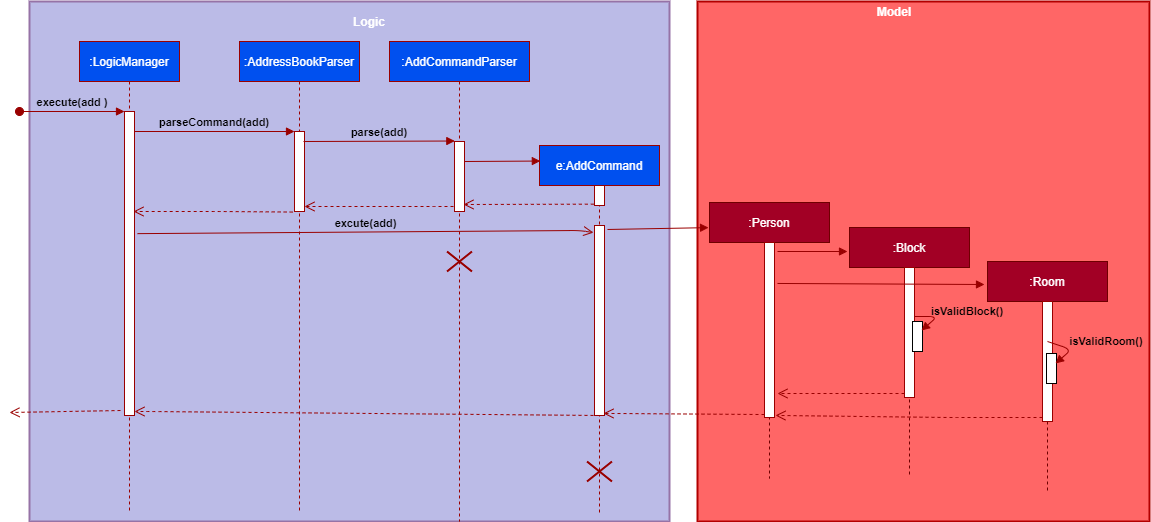
Above: docs/images/BlockRoomValidationDiagram.png in yanchenglee98/tp (draw.io), before the change. Source tidied: cells renumbered, new cells last; positions are measured from the earlier drawing's top-left corner, leaving out a move shared by most shapes.
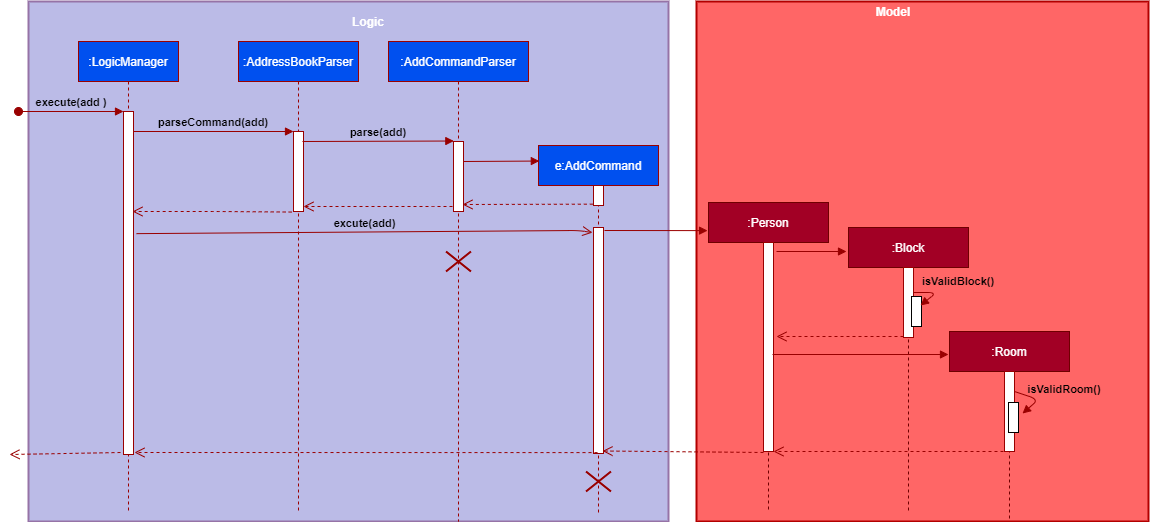
Above is the later version.

Commit message:
Fix block room validation diagram in DG

Change to the diagram source:
```diff
@@ -9,7 +9,7 @@
       <mxGeometry x="70" y="40" width="100" height="470" as="geometry" />
     </mxCell>
     <mxCell id="4" style="points=[];perimeter=orthogonalPerimeter;rounded=0;shadow=0;strokeWidth=1;strokeColor=#990000;" parent="3" vertex="1">
-      <mxGeometry x="45" y="70" width="10" height="304" as="geometry" />
+      <mxGeometry x="45" y="70" width="10" height="343" as="geometry" />
     </mxCell>
     <mxCell id="5" value="execute(add )" style="verticalAlign=bottom;startArrow=oval;endArrow=block;startSize=8;shadow=0;strokeWidth=1;labelBackgroundColor=none;strokeColor=#990000;rounded=0;fontStyle=1;" parent="3" edge="1" target="4">
       <mxGeometry relative="1" as="geometry">
@@ -32,10 +32,10 @@
       <mxGeometry x="55" y="40" width="10" height="20" as="geometry" />
     </mxCell>
     <mxCell id="11" style="points=[];perimeter=orthogonalPerimeter;rounded=0;shadow=0;strokeWidth=1;strokeColor=#990000;" parent="9" vertex="1">
-      <mxGeometry x="55" y="80" width="10" height="190" as="geometry" />
+      <mxGeometry x="55" y="82" width="10" height="226" as="geometry" />
     </mxCell>
     <mxCell id="12" style="shape=umlDestroy;whiteSpace=wrap;html=1;strokeWidth=2;labelBackgroundColor=none;fontColor=#990000;strokeColor=#990000;" parent="9" vertex="1">
-      <mxGeometry x="47.5" y="316" width="25" height="20" as="geometry" />
+      <mxGeometry x="47.5" y="326" width="25" height="20" as="geometry" />
     </mxCell>
     <mxCell id="13" style="html=1;verticalAlign=bottom;endArrow=open;dashed=1;endSize=8;labelBackgroundColor=none;exitX=-0.083;exitY=1.005;exitDx=0;exitDy=0;exitPerimeter=0;strokeColor=#990000;" parent="1" edge="1">
       <mxGeometry relative="1" as="geometry">
@@ -80,17 +80,10 @@
         </Array>
       </mxGeometry>
     </mxCell>
-    <mxCell id="21" style="html=1;verticalAlign=bottom;endArrow=open;dashed=1;endSize=8;labelBackgroundColor=none;fontColor=#000000;exitX=0.5;exitY=1;exitDx=0;exitDy=0;exitPerimeter=0;strokeColor=#990000;" parent="1" edge="1" source="11" target="4">
-      <mxGeometry relative="1" as="geometry">
-        <Array as="points">
-          <mxPoint x="140" y="410" />
-        </Array>
-      </mxGeometry>
-    </mxCell>
     <mxCell id="22" style="html=1;verticalAlign=bottom;endArrow=open;dashed=1;endSize=8;labelBackgroundColor=none;fontColor=#000000;exitX=-0.4;exitY=0.971;exitDx=0;exitDy=0;exitPerimeter=0;strokeColor=#990000;" parent="1" edge="1">
       <mxGeometry relative="1" as="geometry">
-        <mxPoint x="111" y="409" as="sourcePoint" />
-        <mxPoint y="411" as="targetPoint" />
+        <mxPoint x="112" y="451" as="sourcePoint" />
+        <mxPoint x="1" y="453" as="targetPoint" />
       </mxGeometry>
     </mxCell>
     <mxCell id="23" value="&lt;font color=&quot;#ffffff&quot;&gt;&lt;b&gt;Logic&lt;/b&gt;&lt;/font&gt;" style="text;html=1;strokeColor=none;fillColor=none;align=center;verticalAlign=middle;whiteSpace=wrap;rounded=0;labelBackgroundColor=none;fontColor=#000000;" parent="1" vertex="1">
@@ -100,28 +93,28 @@
       <mxGeometry x="688" width="452" height="520" as="geometry" />
     </mxCell>
     <mxCell id="25" value=":Person" style="shape=umlLifeline;perimeter=lifelinePerimeter;rounded=0;shadow=0;strokeWidth=1;fillColor=#a20025;fontColor=#ffffff;strokeColor=#6F0000;" parent="1" vertex="1">
-      <mxGeometry x="700" y="201" width="120" height="276" as="geometry" />
+      <mxGeometry x="700" y="201" width="120" height="309" as="geometry" />
     </mxCell>
     <mxCell id="26" style="points=[];perimeter=orthogonalPerimeter;rounded=0;shadow=0;strokeWidth=1;strokeColor=#990000;" parent="25" vertex="1">
-      <mxGeometry x="55" y="40" width="10" height="175" as="geometry" />
+      <mxGeometry x="55" y="40" width="10" height="209" as="geometry" />
     </mxCell>
     <mxCell id="27" value="&lt;font color=&quot;#ffffff&quot;&gt;&lt;b&gt;Model&lt;/b&gt;&lt;/font&gt;" style="text;html=1;strokeColor=none;fillColor=none;align=center;verticalAlign=middle;whiteSpace=wrap;rounded=0;labelBackgroundColor=none;fontColor=#000000;" parent="1" vertex="1">
       <mxGeometry x="865" width="40" height="20" as="geometry" />
     </mxCell>
     <mxCell id="28" value=":Block" style="shape=umlLifeline;perimeter=lifelinePerimeter;rounded=0;shadow=0;strokeWidth=1;fillColor=#a20025;fontColor=#ffffff;strokeColor=#6F0000;" parent="1" vertex="1">
-      <mxGeometry x="840" y="226" width="120" height="250" as="geometry" />
+      <mxGeometry x="840" y="226" width="120" height="284" as="geometry" />
     </mxCell>
     <mxCell id="29" style="points=[];perimeter=orthogonalPerimeter;rounded=0;shadow=0;strokeWidth=1;strokeColor=#990000;" parent="28" vertex="1">
-      <mxGeometry x="55" y="40" width="10" height="130" as="geometry" />
+      <mxGeometry x="55" y="40" width="10" height="70" as="geometry" />
     </mxCell>
     <mxCell id="30" value=":Room" style="shape=umlLifeline;perimeter=lifelinePerimeter;rounded=0;shadow=0;strokeWidth=1;fillColor=#a20025;fontColor=#ffffff;strokeColor=#6F0000;" parent="1" vertex="1">
-      <mxGeometry x="978" y="260" width="120" height="230" as="geometry" />
+      <mxGeometry x="941" y="330" width="120" height="190" as="geometry" />
     </mxCell>
     <mxCell id="31" style="perimeter=orthogonalPerimeter;rounded=0;shadow=0;strokeWidth=1;strokeColor=#990000;" parent="30" vertex="1">
-      <mxGeometry x="55" y="40" width="10" height="120" as="geometry" />
+      <mxGeometry x="55" y="40" width="10" height="80" as="geometry" />
     </mxCell>
     <mxCell id="32" style="html=1;perimeter=orthogonalPerimeter;" parent="30" vertex="1">
-      <mxGeometry x="59" y="92" width="10" height="30" as="geometry" />
+      <mxGeometry x="59" y="71" width="10" height="30" as="geometry" />
     </mxCell>
     <mxCell id="33" style="html=1;verticalAlign=bottom;endArrow=block;labelBackgroundColor=none;strokeColor=#990000;" parent="1" edge="1">
       <mxGeometry relative="1" as="geometry">
@@ -129,53 +122,48 @@
         <mxPoint x="838" y="250" as="targetPoint" />
       </mxGeometry>
     </mxCell>
-    <mxCell id="34" style="html=1;verticalAlign=bottom;endArrow=block;labelBackgroundColor=none;strokeColor=#990000;exitX=1.3;exitY=0.054;exitDx=0;exitDy=0;exitPerimeter=0;entryX=-0.025;entryY=0.1;entryDx=0;entryDy=0;entryPerimeter=0;" parent="1" edge="1" target="30">
+    <mxCell id="34" style="html=1;verticalAlign=bottom;endArrow=block;labelBackgroundColor=none;strokeColor=#990000;" parent="1" edge="1">
       <mxGeometry relative="1" as="geometry">
-        <mxPoint x="768" y="282" as="sourcePoint" />
+        <mxPoint x="764" y="353" as="sourcePoint" />
+        <mxPoint x="940" y="353" as="targetPoint" />
       </mxGeometry>
     </mxCell>
     <mxCell id="35" style="html=1;points=[];perimeter=orthogonalPerimeter;" parent="1" vertex="1">
-      <mxGeometry x="903" y="320" width="10" height="30" as="geometry" />
+      <mxGeometry x="903" y="295" width="10" height="30" as="geometry" />
     </mxCell>
-    <mxCell id="36" style="html=1;verticalAlign=bottom;endArrow=block;labelBackgroundColor=none;strokeColor=#990000;entryX=0.9;entryY=0.3;entryDx=0;entryDy=0;entryPerimeter=0;" parent="1" edge="1" source="29" target="35">
+    <mxCell id="36" style="html=1;verticalAlign=bottom;endArrow=block;labelBackgroundColor=none;strokeColor=#990000;entryX=0.9;entryY=0.3;entryDx=0;entryDy=0;entryPerimeter=0;" parent="1" edge="1" target="35">
       <mxGeometry relative="1" as="geometry">
+        <mxPoint x="905" y="291" as="sourcePoint" />
         <Array as="points">
-          <mxPoint x="928" y="315" />
+          <mxPoint x="928" y="291" />
         </Array>
       </mxGeometry>
     </mxCell>
     <mxCell id="37" style="html=1;verticalAlign=bottom;endArrow=block;labelBackgroundColor=none;strokeColor=#990000;entryX=0.9;entryY=0.3;entryDx=0;entryDy=0;entryPerimeter=0;" parent="1" edge="1">
       <mxGeometry relative="1" as="geometry">
-        <mxPoint x="1038" y="340" as="sourcePoint" />
-        <mxPoint x="1046" y="362" as="targetPoint" />
+        <mxPoint x="1006" y="390" as="sourcePoint" />
+        <mxPoint x="1014" y="412" as="targetPoint" />
         <Array as="points">
-          <mxPoint x="1062" y="348" />
+          <mxPoint x="1030" y="398" />
         </Array>
       </mxGeometry>
     </mxCell>
     <mxCell id="38" value="isValidBlock()" style="text;html=1;strokeColor=none;fillColor=none;align=center;verticalAlign=middle;whiteSpace=wrap;rounded=0;fontSize=11;fontStyle=1;" parent="1" vertex="1">
-      <mxGeometry x="938" y="300" width="40" height="20" as="geometry" />
+      <mxGeometry x="930" y="270" width="40" height="20" as="geometry" />
     </mxCell>
     <mxCell id="39" value="isValidRoom()" style="text;html=1;strokeColor=none;fillColor=none;align=center;verticalAlign=middle;whiteSpace=wrap;rounded=0;fontSize=11;fontStyle=1;" parent="1" vertex="1">
-      <mxGeometry x="1077" y="330" width="40" height="20" as="geometry" />
+      <mxGeometry x="1036" y="378" width="40" height="20" as="geometry" />
     </mxCell>
     <mxCell id="40" style="html=1;verticalAlign=bottom;endArrow=open;dashed=1;endSize=8;labelBackgroundColor=none;fontColor=#000000;strokeColor=#990000;" parent="1" edge="1">
       <mxGeometry relative="1" as="geometry">
-        <mxPoint x="895" y="392" as="sourcePoint" />
-        <mxPoint x="768" y="392" as="targetPoint" />
+        <mxPoint x="895" y="335" as="sourcePoint" />
+        <mxPoint x="768" y="335" as="targetPoint" />
       </mxGeometry>
     </mxCell>
-    <mxCell id="41" style="html=1;verticalAlign=bottom;endArrow=open;dashed=1;endSize=8;labelBackgroundColor=none;fontColor=#000000;strokeColor=#990000;entryX=1.1;entryY=0.947;entryDx=0;entryDy=0;entryPerimeter=0;" parent="1" edge="1">
-      <mxGeometry relative="1" as="geometry">
-        <mxPoint x="1033" y="416" as="sourcePoint" />
-        <mxPoint x="766" y="413.9" as="targetPoint" />
-        <Array as="points">
-          <mxPoint x="938" y="416" />
-        </Array>
-      </mxGeometry>
-    </mxCell>
-    <mxCell id="42" style="html=1;verticalAlign=bottom;endArrow=open;dashed=1;endSize=8;labelBackgroundColor=none;fontColor=#000000;strokeColor=#990000;entryX=0.9;entryY=0.989;entryDx=0;entryDy=0;entryPerimeter=0;exitX=0;exitY=0.983;exitDx=0;exitDy=0;exitPerimeter=0;" parent="1" edge="1" source="26" target="11">
-      <mxGeometry relative="1" as="geometry" />
+    <mxCell id="42" style="html=1;verticalAlign=bottom;endArrow=open;dashed=1;endSize=8;labelBackgroundColor=none;fontColor=#000000;strokeColor=#990000;entryX=0.9;entryY=0.989;entryDx=0;entryDy=0;entryPerimeter=0;" parent="1" edge="1" target="11">
+      <mxGeometry relative="1" as="geometry">
+        <mxPoint x="755" y="451" as="sourcePoint" />
+      </mxGeometry>
     </mxCell>
     <mxCell id="43" value="&lt;b&gt;excute(add)&lt;/b&gt;" style="html=1;verticalAlign=bottom;endArrow=open;endSize=8;labelBackgroundColor=none;fontColor=#000000;exitX=1.3;exitY=0.494;exitDx=0;exitDy=0;exitPerimeter=0;strokeColor=#990000;entryX=-0.1;entryY=0.124;entryDx=0;entryDy=0;entryPerimeter=0;" parent="1" edge="1">
       <mxGeometry relative="1" as="geometry">
@@ -188,8 +176,18 @@
     </mxCell>
     <mxCell id="44" style="html=1;verticalAlign=bottom;endArrow=block;labelBackgroundColor=none;strokeColor=#990000;exitX=1.3;exitY=0.054;exitDx=0;exitDy=0;exitPerimeter=0;entryX=-0.008;entryY=0.091;entryDx=0;entryDy=0;entryPerimeter=0;" parent="1" edge="1" target="25">
       <mxGeometry relative="1" as="geometry">
-        <mxPoint x="598" y="228" as="sourcePoint" />
+        <mxPoint x="596" y="229" as="sourcePoint" />
       </mxGeometry>
     </mxCell>
+    <mxCell id="45" style="html=1;verticalAlign=bottom;endArrow=open;dashed=1;endSize=8;labelBackgroundColor=none;fontColor=#000000;exitX=-0.4;exitY=0.971;exitDx=0;exitDy=0;exitPerimeter=0;strokeColor=#990000;" parent="1" edge="1" target="26">
+      <mxGeometry relative="1" as="geometry">
+        <mxPoint x="1001" y="450" as="sourcePoint" />
+      </mxGeometry>
+    </mxCell>
+    <mxCell id="46" style="html=1;verticalAlign=bottom;endArrow=open;dashed=1;endSize=8;labelBackgroundColor=none;fontColor=#000000;strokeColor=#990000;exitX=0.4;exitY=0.996;exitDx=0;exitDy=0;exitPerimeter=0;" parent="1" edge="1" source="11">
+      <mxGeometry relative="1" as="geometry">
+        <mxPoint x="126" y="451" as="targetPoint" />
+      </mxGeometry>
+    </mxCell>
   </root>
 </mxGraphModel>
```
